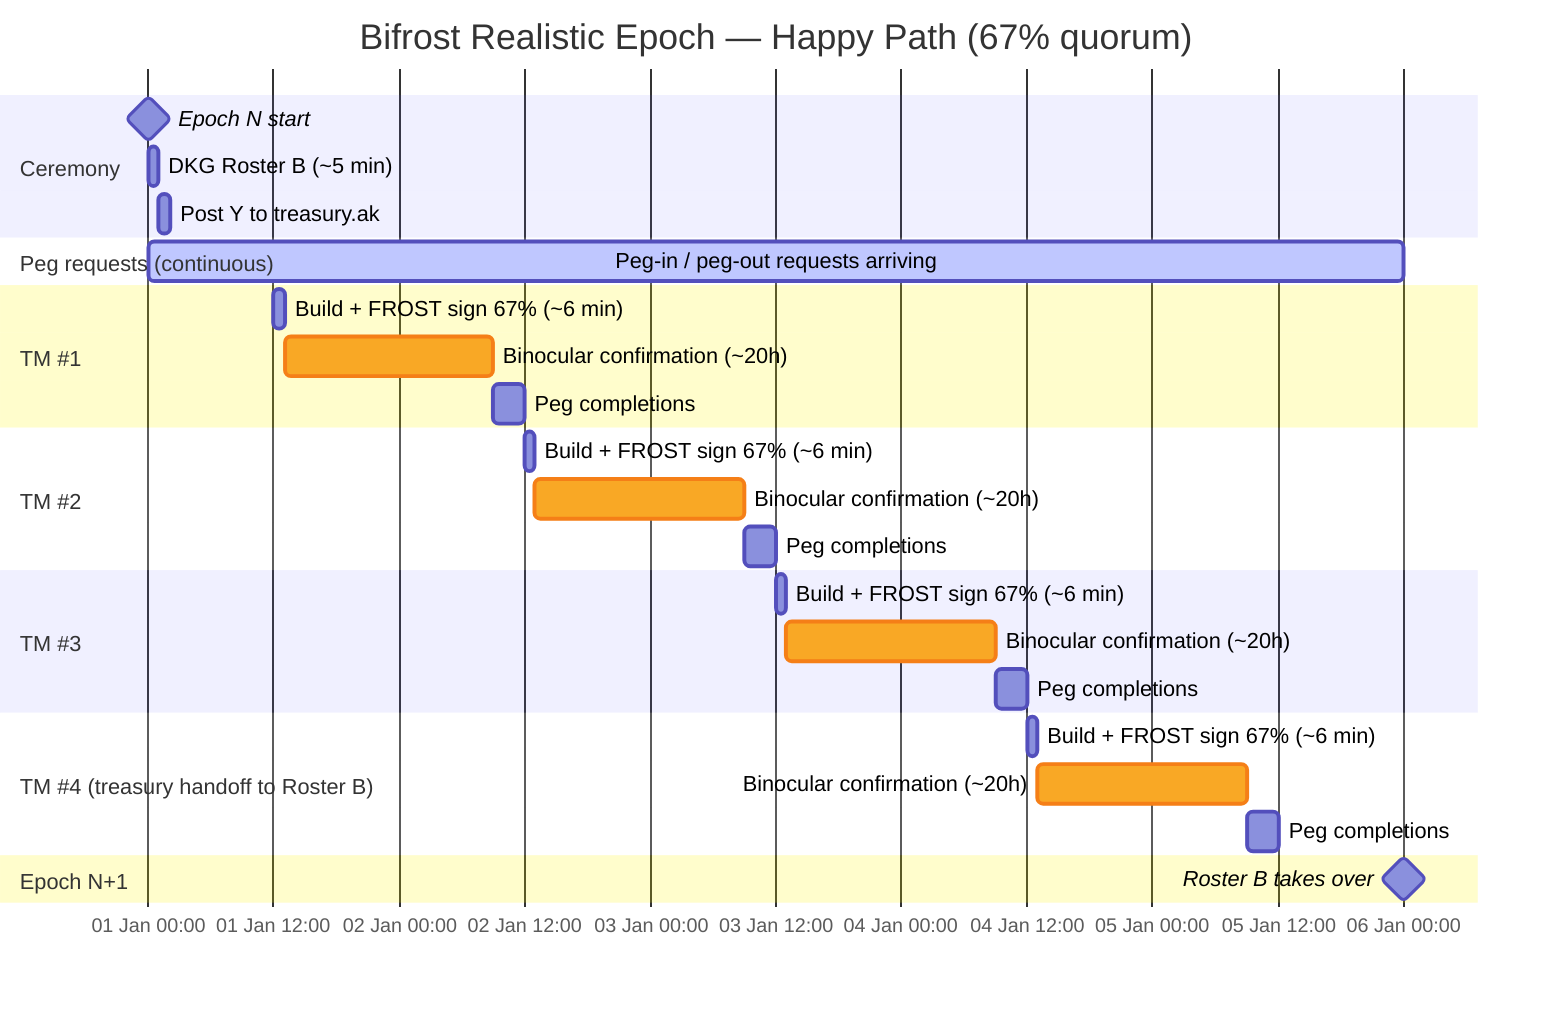
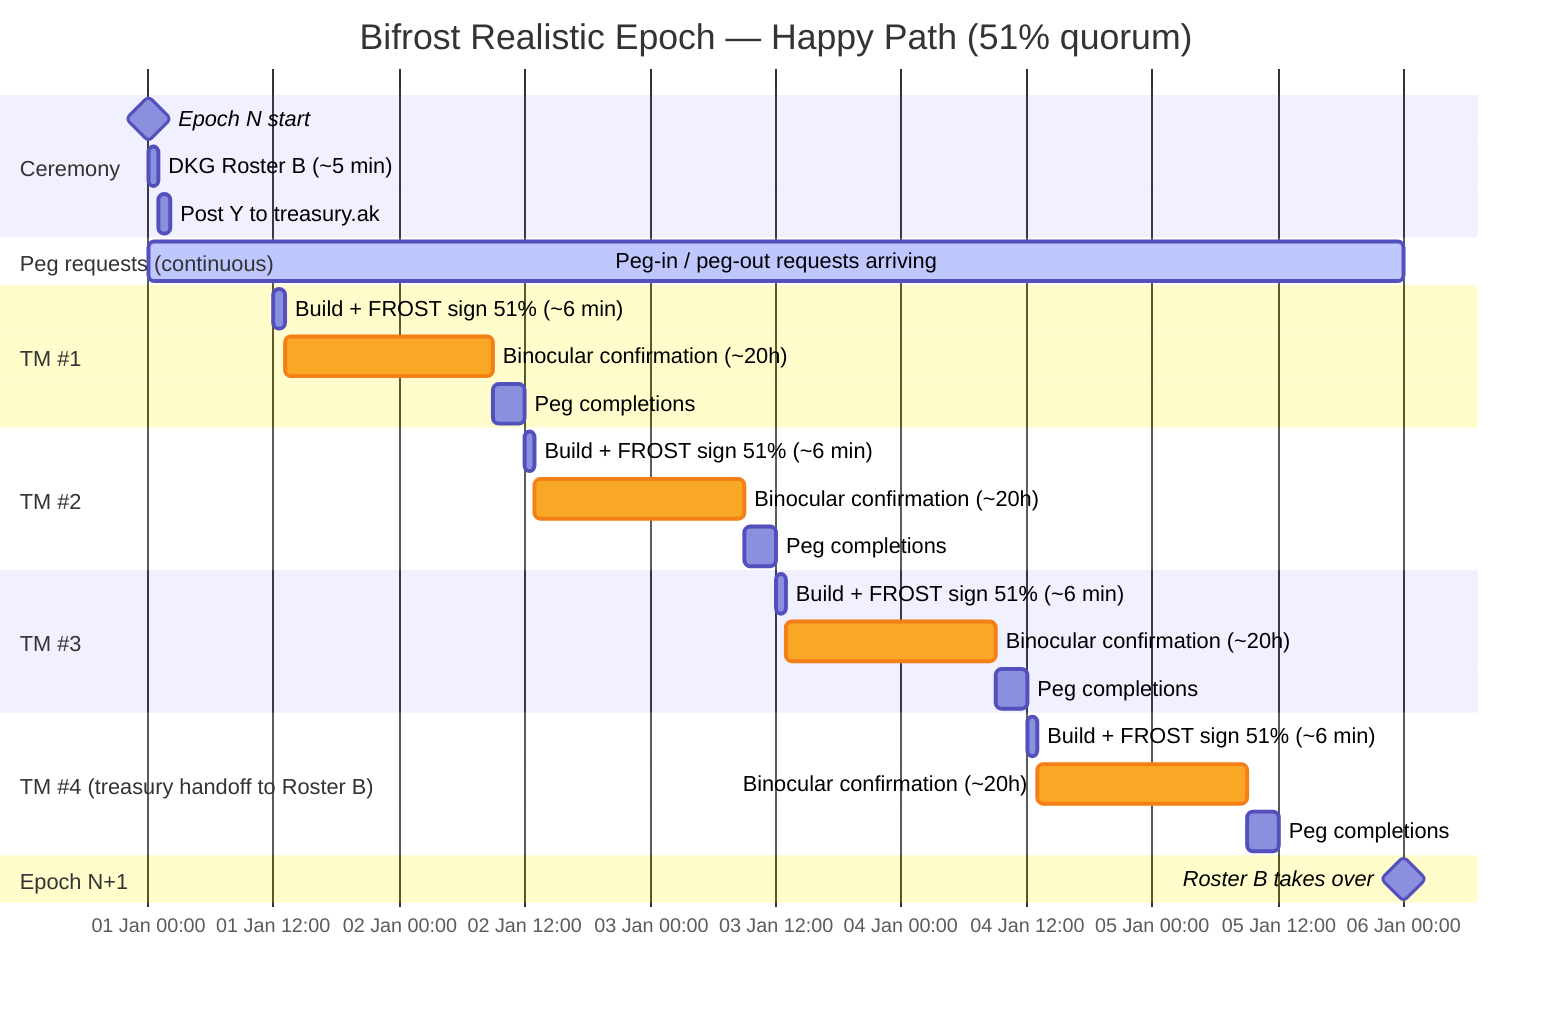
%%{init: {'theme': 'default', 'themeVariables': {'critBkgColor': '#f9a825', 'critBorderColor': '#f57f17'}}}%%
gantt
-     title Bifrost Realistic Epoch — Happy Path (67% quorum)
+     title Bifrost Realistic Epoch — Happy Path (51% quorum)
    dateFormat YYYY-MM-DD HH:mm
    axisFormat %d %b %H:00
    tickInterval 12hour

    section Ceremony
    Epoch N start                          :milestone, snap, 2025-01-01 00:00, 0d
    DKG Roster B (~5 min)                  :dkg, 2025-01-01 00:00, 2025-01-01 01:00
    Post Y to treasury.ak                  :updy, 2025-01-01 01:00, 2025-01-01 02:00

    section Peg requests (continuous)
    Peg-in / peg-out requests arriving     :active, pegs, 2025-01-01 00:00, 2025-01-06 00:00

    section TM #1
-     Build + FROST sign 67% (~6 min)        :tm1, 2025-01-01 12:00, 2025-01-01 13:00
+     Build + FROST sign 51% (~6 min)        :tm1, 2025-01-01 12:00, 2025-01-01 13:00
    Binocular confirmation (~20h)         :crit, tm1c, 2025-01-01 13:00, 2025-01-02 09:00
    Peg completions                        :tm1d, 2025-01-02 09:00, 2025-01-02 12:00

    section TM #2
-     Build + FROST sign 67% (~6 min)        :tm2, 2025-01-02 12:00, 2025-01-02 13:00
+     Build + FROST sign 51% (~6 min)        :tm2, 2025-01-02 12:00, 2025-01-02 13:00
    Binocular confirmation (~20h)         :crit, tm2c, 2025-01-02 13:00, 2025-01-03 09:00
    Peg completions                        :tm2d, 2025-01-03 09:00, 2025-01-03 12:00

    section TM #3
-     Build + FROST sign 67% (~6 min)        :tm3, 2025-01-03 12:00, 2025-01-03 13:00
+     Build + FROST sign 51% (~6 min)        :tm3, 2025-01-03 12:00, 2025-01-03 13:00
    Binocular confirmation (~20h)         :crit, tm3c, 2025-01-03 13:00, 2025-01-04 09:00
    Peg completions                        :tm3d, 2025-01-04 09:00, 2025-01-04 12:00

    section TM #4 (treasury handoff to Roster B)
-     Build + FROST sign 67% (~6 min)        :tm4, 2025-01-04 12:00, 2025-01-04 13:00
+     Build + FROST sign 51% (~6 min)        :tm4, 2025-01-04 12:00, 2025-01-04 13:00
    Binocular confirmation (~20h)         :crit, tm4c, 2025-01-04 13:00, 2025-01-05 09:00
    Peg completions                        :tm4d, 2025-01-05 09:00, 2025-01-05 12:00

    section Epoch N+1
    Roster B takes over                    :milestone, snap1, 2025-01-06 00:00, 0d
